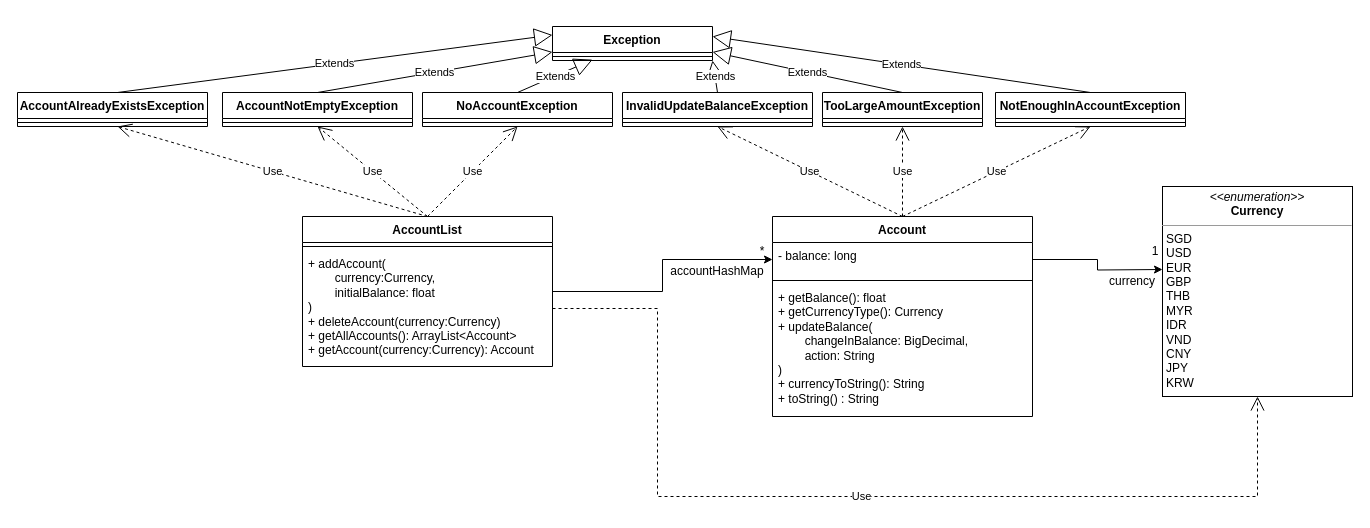
This is diagrams/AccountListClassDiagram.drawio from woowenjun99/tp, a draw.io file, before an edit. Source tidied: cells renumbered, new cells numbered last; positions are measured from the earlier drawing's top-left corner, leaving out a move shared by most shapes. Both pictures are drawn from the tidied source at 100%, with x=0, y=0 at pixel (17, 26).
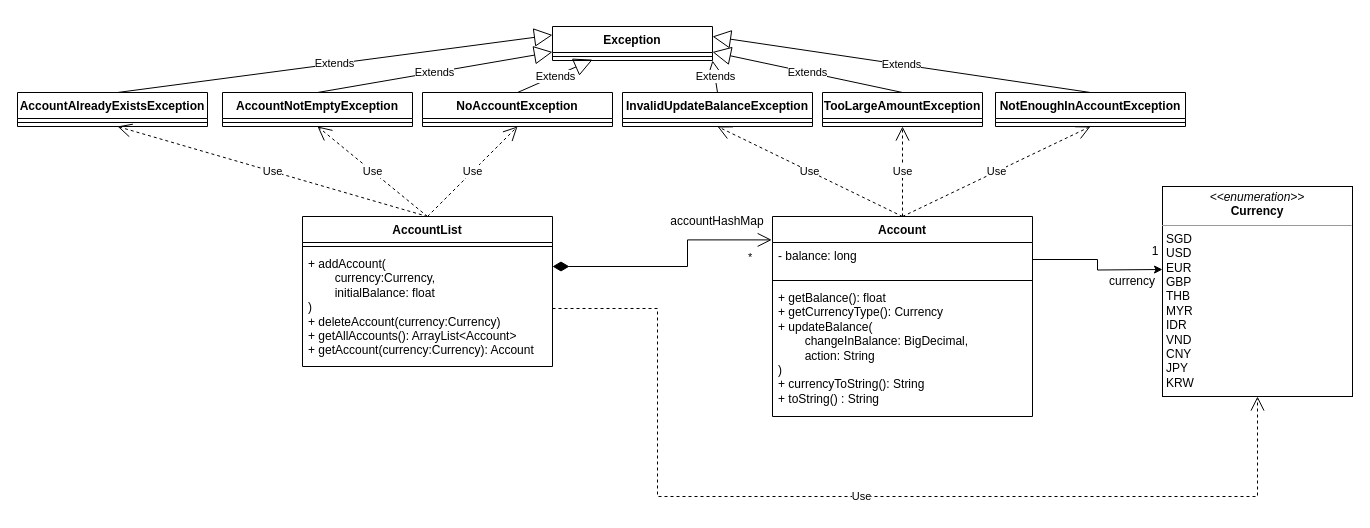
Above is the later version.

Commit message (it also covers changes not shown here):
Update AccountList class diagram to include composition

The change refers to these unchanged cells:
```xml
<mxCell id="2" value="Account" style="swimlane;fontStyle=1;align=center;verticalAlign=top;horizontal=1;startSize=26;whiteSpace=wrap;html=1;" parent="1" vertex="1">
  <mxGeometry x="755" y="190" width="260" height="200" as="geometry" />
</mxCell>
<mxCell id="4" value="- balance: long" style="text;strokeColor=none;fillColor=none;align=left;verticalAlign=top;spacingLeft=4;spacingRight=4;overflow=hidden;points=[[0,0.5],[1,0.5]];portConstraint=eastwest;whiteSpace=wrap;html=1;" parent="2" vertex="1">
  <mxGeometry y="26" width="260" height="34" as="geometry" />
</mxCell>
<mxCell id="25" value="AccountList" style="swimlane;fontStyle=1;align=center;verticalAlign=top;horizontal=1;startSize=26;whiteSpace=wrap;html=1;" parent="1" vertex="1">
  <mxGeometry x="285" y="190" width="250" height="150" as="geometry" />
</mxCell>
<mxCell id="27" value="+ addAccount(&lt;br&gt;&lt;span style=&quot;white-space: pre;&quot;&gt;&#9;&lt;/span&gt;currency:Currency,&lt;br&gt;&lt;span style=&quot;white-space: pre;&quot;&gt;&#9;&lt;/span&gt;initialBalance: float&lt;br&gt;)&lt;br&gt;+ deleteAccount(currency:Currency)&lt;br&gt;+ getAllAccounts(): ArrayList&amp;lt;Account&amp;gt;&lt;br&gt;+ getAccount(currency:Currency): Account" style="text;strokeColor=none;fillColor=none;align=left;verticalAlign=top;spacingLeft=4;spacingRight=4;overflow=hidden;points=[[0,0.5],[1,0.5]];portConstraint=eastwest;whiteSpace=wrap;html=1;" parent="25" vertex="1">
  <mxGeometry y="34" width="250" height="116" as="geometry" />
</mxCell>
```

Diff of the diagram source:
```diff
@@
-    <mxCell id="24" style="edgeStyle=orthogonalEdgeStyle;rounded=0;jettySize=auto;html=1;entryX=0;entryY=0.5;entryDx=0;entryDy=0;" parent="1" edge="1" source="25" target="4">
-      <mxGeometry relative="1" as="geometry" />
-    </mxCell>
@@
     <mxCell id="28" value="accountHashMap" style="text;html=1;strokeColor=none;fillColor=none;align=center;verticalAlign=middle;whiteSpace=wrap;rounded=0;" parent="1" vertex="1">
-      <mxGeometry x="670" y="230" width="60" height="30" as="geometry" />
+      <mxGeometry x="670" y="180" width="60" height="30" as="geometry" />
     </mxCell>
-    <mxCell id="29" value="*" style="text;html=1;strokeColor=none;fillColor=none;align=center;verticalAlign=middle;whiteSpace=wrap;rounded=0;" parent="1" vertex="1">
-      <mxGeometry x="715" y="210" width="60" height="30" as="geometry" />
-    </mxCell>
@@
+    <mxCell id="29" value="*" style="endArrow=open;html=1;endSize=12;startArrow=diamondThin;startSize=14;startFill=1;edgeStyle=orthogonalEdgeStyle;align=left;verticalAlign=bottom;rounded=0;entryX=-0.003;entryY=0.117;entryDx=0;entryDy=0;entryPerimeter=0;" parent="1" edge="1" source="27" target="2">
+      <mxGeometry x="0.8" y="-27" relative="1" as="geometry">
+        <Array as="points">
+          <mxPoint x="670" y="240" />
+          <mxPoint x="670" y="213" />
+        </Array>
+      </mxGeometry>
+    </mxCell>
```
